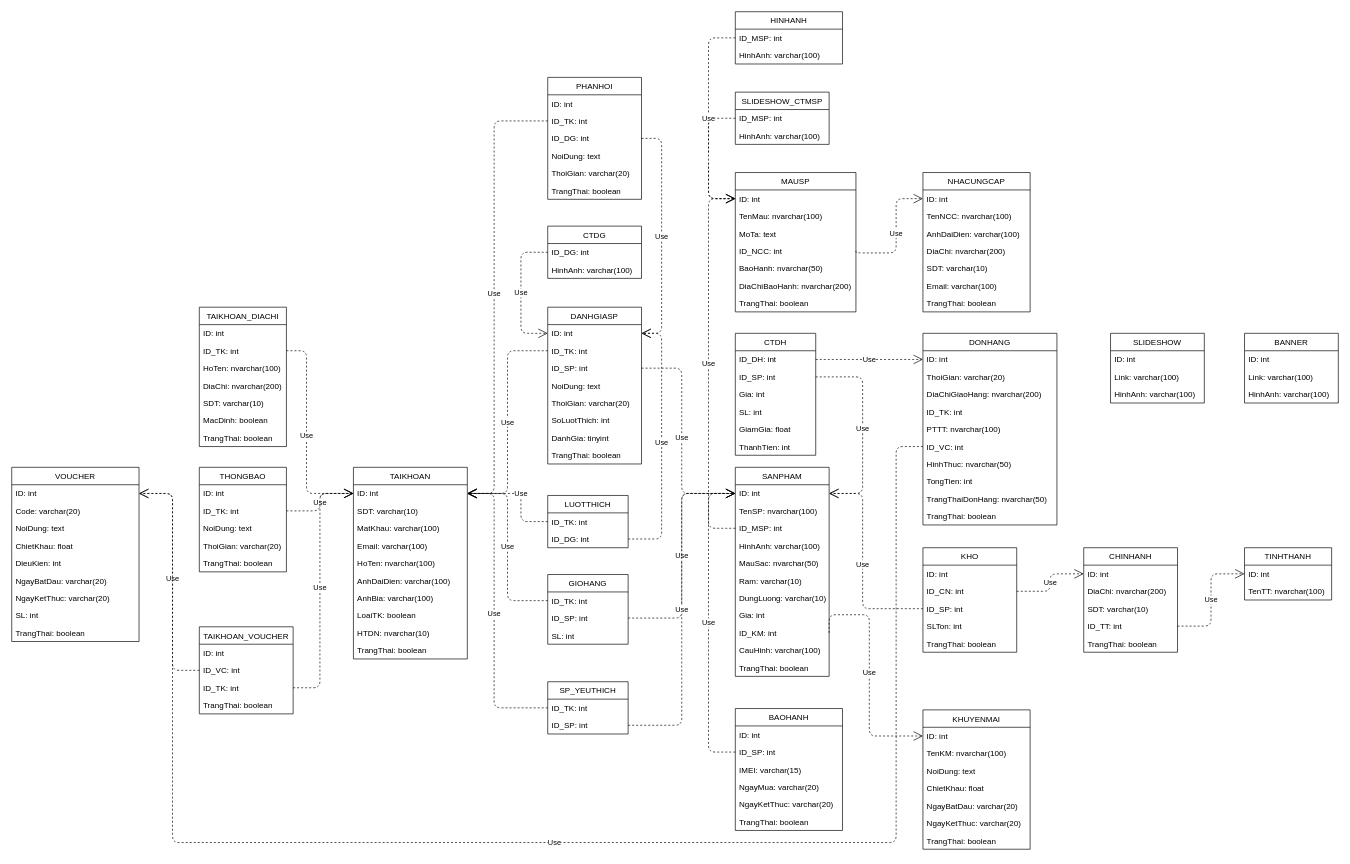
Earlier version of the draw.io diagram Mô hình/ClassDiagram_CSDL.drawio (LammVuu/DATT). Source tidied: cells renumbered, new cells numbered last; positions are measured from the earlier drawing's top-left corner, leaving out a move shared by most shapes. Both pictures are drawn from the tidied source at 67%, with x=0, y=0 at pixel (11, 11).
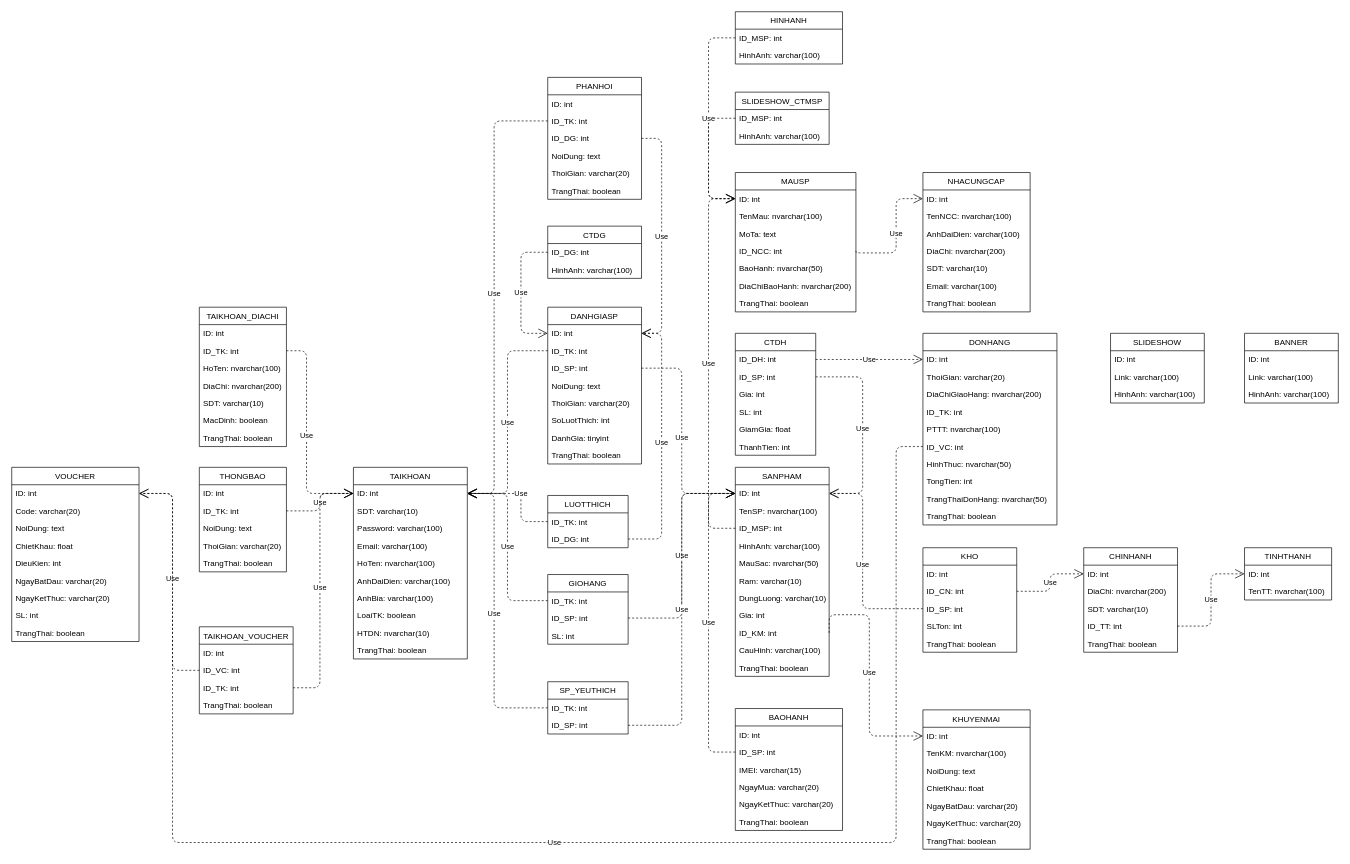
After the change.

Unchanged cells that the change refers to:
```xml
<mxCell id="56" value="TAIKHOAN" style="swimlane;fontStyle=0;horizontal=1;startSize=26;fillColor=none;" parent="1" vertex="1">
  <mxGeometry x="510" y="680" width="170" height="286" as="geometry" />
</mxCell>
```

What changed in the source:
```diff
@@
-    <mxCell id="59" value="MatKhau: varchar(100)" style="text;strokeColor=none;fillColor=none;align=left;verticalAlign=top;spacingLeft=4;spacingRight=4;overflow=hidden;" parent="56" vertex="1">
+    <mxCell id="59" value="Password: varchar(100)" style="text;strokeColor=none;fillColor=none;align=left;verticalAlign=top;spacingLeft=4;spacingRight=4;overflow=hidden;" parent="56" vertex="1">
       <mxGeometry y="78" width="170" height="26" as="geometry" />
     </mxCell>
```
